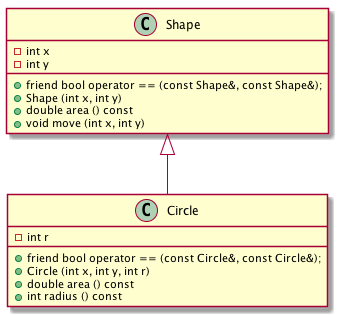
The PlantUML diagram examples/Shapes1.png in akhilmurthy/cs371p, before a commit.
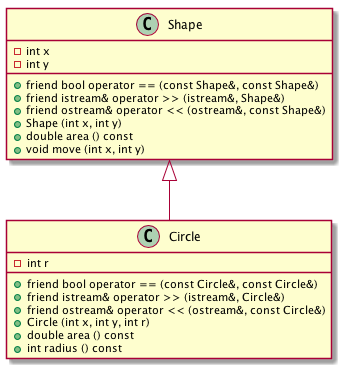
Later version of the same file.

What changed in the source:
```diff
@@ -4,7 +4,9 @@
 class Shape {
     - int x
     - int y
-    + friend bool operator == (const Shape&, const Shape&);
+    + friend bool operator == (const Shape&, const Shape&)
+    + friend istream& operator >> (istream&, Shape&)
+    + friend ostream& operator << (ostream&, const Shape&)
     + Shape (int x, int y)
     + double area () const
     + void move (int x, int y)
@@ -12,7 +14,9 @@
 
 class Circle {
     - int r
-    + friend bool operator == (const Circle&, const Circle&);
+    + friend bool operator == (const Circle&, const Circle&)
+    + friend istream& operator >> (istream&, Circle&)
+    + friend ostream& operator << (ostream&, const Circle&)
     + Circle (int x, int y, int r)
     + double area () const
     + int radius () const
```
